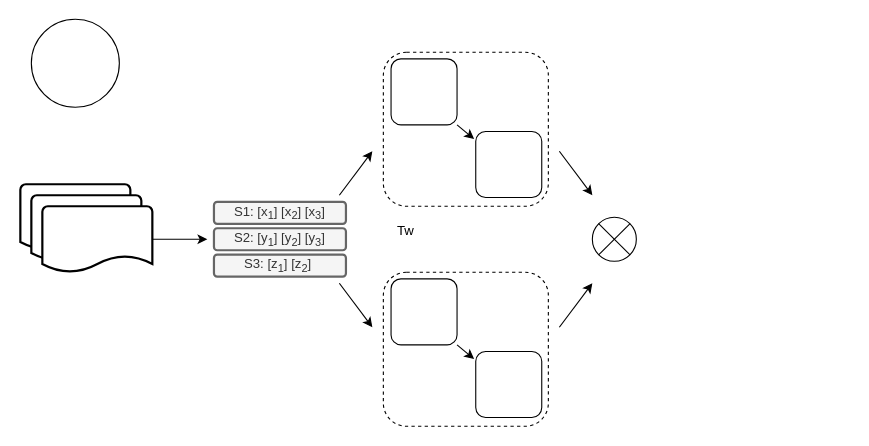
crawlerWPS/drawing keeps this draw.io diagram as model.drawio. Above is the earlier version. Source tidied: cells renumbered, new cells numbered last; positions are measured from the earlier drawing's top-left corner, leaving out a move shared by most shapes. Both pictures are drawn from the tidied source at 110%, with x=0, y=0 at pixel (20, 19).
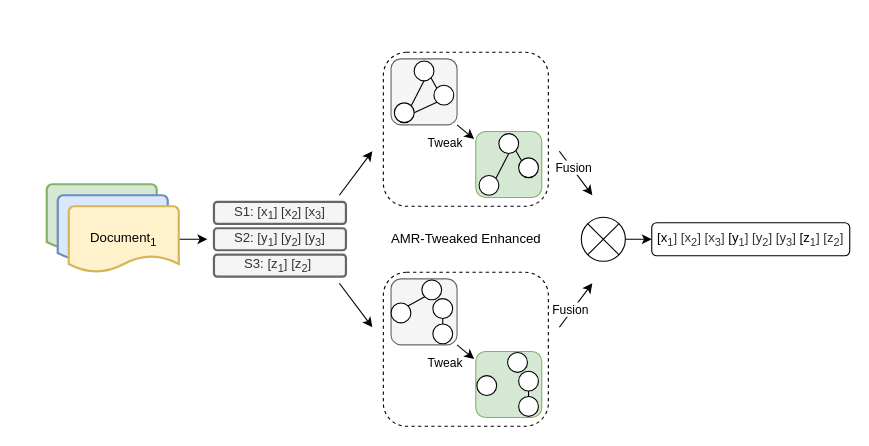
The same page after the edit.

Unchanged cells that the change refers to:
```xml
<mxCell id="13" style="edgeStyle=none;orthogonalLoop=1;jettySize=auto;html=1;rounded=0;" parent="1" edge="1">
  <mxGeometry relative="1" as="geometry">
    <mxPoint x="490" y="280" as="sourcePoint" />
    <mxPoint x="520" y="240" as="targetPoint" />
  </mxGeometry>
</mxCell>
<mxCell id="14" style="edgeStyle=none;orthogonalLoop=1;jettySize=auto;html=1;rounded=0;" parent="1" edge="1">
  <mxGeometry relative="1" as="geometry">
    <mxPoint x="490" y="120" as="sourcePoint" />
    <mxPoint x="520" y="160" as="targetPoint" />
  </mxGeometry>
</mxCell>
<mxCell id="18" style="edgeStyle=none;jettySize=auto;html=1;rounded=0;entryX=-0.024;entryY=0.115;entryDx=0;entryDy=0;entryPerimeter=0;" parent="1" edge="1" target="17">
  <mxGeometry relative="1" as="geometry">
    <mxPoint x="397" y="96" as="sourcePoint" />
  </mxGeometry>
</mxCell>
<mxCell id="22" style="edgeStyle=none;jettySize=auto;html=1;rounded=0;entryX=-0.024;entryY=0.115;entryDx=0;entryDy=0;entryPerimeter=0;" parent="1" edge="1" target="21">
  <mxGeometry relative="1" as="geometry">
    <mxPoint x="397" y="296" as="sourcePoint" />
  </mxGeometry>
</mxCell>
```

Diff of the diagram source:
```diff
@@
-    <mxCell id="3" style="ellipse;whiteSpace=wrap;html=1;" parent="1" vertex="1">
-      <mxGeometry x="10" width="80" height="80" as="geometry" />
-    </mxCell>
-    <mxCell id="4" style="rounded=1;whiteSpace=wrap;html=1;" parent="1" vertex="1">
+    <mxCell id="4" style="rounded=1;whiteSpace=wrap;html=1;fillColor=#f5f5f5;fontColor=#333333;strokeColor=#666666;" parent="1" vertex="1">
       <mxGeometry x="337" y="36" width="60" height="60" as="geometry" />
     </mxCell>
+    <mxCell id="24" style="edgeStyle=orthogonalEdgeStyle;rounded=0;jettySize=auto;html=1;" parent="1" edge="1" source="5" target="51">
+      <mxGeometry relative="1" as="geometry" />
+    </mxCell>
     <mxCell id="5" style="verticalLabelPosition=bottom;verticalAlign=top;html=1;shape=mxgraph.flowchart.or;" parent="1" vertex="1">
-      <mxGeometry x="520" y="180" width="40" height="40" as="geometry" />
+      <mxGeometry x="510" y="180" width="40" height="40" as="geometry" />
     </mxCell>
-    <mxCell id="6" style="strokeWidth=2;html=1;shape=mxgraph.flowchart.document2;whiteSpace=wrap;size=0.25;" parent="1" vertex="1">
-      <mxGeometry y="150" width="100" height="60" as="geometry" />
+    <mxCell id="6" style="strokeWidth=2;html=1;shape=mxgraph.flowchart.document2;whiteSpace=wrap;size=0.25;fillColor=#d5e8d4;strokeColor=#82b366;" parent="1" vertex="1">
+      <mxGeometry x="24" y="150" width="100" height="60" as="geometry" />
     </mxCell>
-    <mxCell id="7" style="strokeWidth=2;html=1;shape=mxgraph.flowchart.document2;whiteSpace=wrap;size=0.25;" parent="1" vertex="1">
-      <mxGeometry x="10" y="160" width="100" height="60" as="geometry" />
+    <mxCell id="7" style="strokeWidth=2;html=1;shape=mxgraph.flowchart.document2;whiteSpace=wrap;size=0.25;fillColor=#dae8fc;strokeColor=#6c8ebf;" parent="1" vertex="1">
+      <mxGeometry x="34" y="160" width="100" height="60" as="geometry" />
     </mxCell>
@@
-    <mxCell id="9" style="strokeWidth=2;html=1;shape=mxgraph.flowchart.document2;whiteSpace=wrap;size=0.25;" parent="1" vertex="1">
-      <mxGeometry x="20" y="170" width="100" height="60" as="geometry" />
+    <mxCell id="9" value="Document&lt;sub&gt;1&lt;/sub&gt;" style="strokeWidth=2;html=1;shape=mxgraph.flowchart.document2;whiteSpace=wrap;size=0.25;fillColor=#fff2cc;strokeColor=#d6b656;" parent="1" vertex="1">
+      <mxGeometry x="44" y="170" width="100" height="60" as="geometry" />
     </mxCell>
@@
+    <mxCell id="25" value="Fusion" style="edgeLabel;html=1;align=center;verticalAlign=middle;" parent="13" vertex="1">
+      <mxGeometry x="-0.25" y="2" relative="1" as="geometry" />
+    </mxCell>
@@
+    <mxCell id="26" value="Fusion" style="edgeLabel;html=1;align=center;verticalAlign=middle;" parent="14" vertex="1">
+      <mxGeometry x="-0.24" y="1" relative="1" as="geometry" />
+    </mxCell>
@@
-    <mxCell id="17" style="rounded=1;whiteSpace=wrap;html=1;" parent="1" vertex="1">
+    <mxCell id="17" style="rounded=1;whiteSpace=wrap;html=1;fillColor=#d5e8d4;strokeColor=#82b366;" parent="1" vertex="1">
       <mxGeometry x="414" y="102" width="60" height="60" as="geometry" />
     </mxCell>
@@
+    <mxCell id="27" value="Tweak" style="edgeLabel;html=1;align=center;verticalAlign=middle;" parent="18" vertex="1">
+      <mxGeometry x="-0.42" relative="1" as="geometry">
+        <mxPoint x="-16" y="13" as="offset" />
+      </mxGeometry>
+    </mxCell>
@@
-    <mxCell id="20" style="rounded=1;whiteSpace=wrap;html=1;" parent="1" vertex="1">
+    <mxCell id="20" style="rounded=1;whiteSpace=wrap;html=1;fillColor=#f5f5f5;fontColor=#333333;strokeColor=#666666;" parent="1" vertex="1">
       <mxGeometry x="337" y="236" width="60" height="60" as="geometry" />
     </mxCell>
-    <mxCell id="21" style="rounded=1;whiteSpace=wrap;html=1;" parent="1" vertex="1">
+    <mxCell id="21" style="rounded=1;whiteSpace=wrap;html=1;fillColor=#d5e8d4;strokeColor=#82b366;" parent="1" vertex="1">
       <mxGeometry x="414" y="302" width="60" height="60" as="geometry" />
     </mxCell>
@@
+    <mxCell id="28" value="Tweak" style="edgeLabel;html=1;align=center;verticalAlign=middle;" parent="22" vertex="1">
+      <mxGeometry x="-0.35" y="1" relative="1" as="geometry">
+        <mxPoint x="-18" y="13" as="offset" />
+      </mxGeometry>
+    </mxCell>
-    <mxCell id="23" value="Tw" style="text;html=1;align=center;verticalAlign=middle;strokeColor=none;fillColor=none;" parent="1" vertex="1">
-      <mxGeometry x="330" y="178" width="40" height="30" as="geometry" />
+    <mxCell id="23" value="AMR-Tweaked Enhanced" style="text;html=1;align=center;verticalAlign=middle;strokeColor=none;fillColor=none;" parent="1" vertex="1">
+      <mxGeometry x="325" y="185" width="160" height="30" as="geometry" />
     </mxCell>
+    <mxCell id="29" style="ellipse;whiteSpace=wrap;html=1;" parent="1" vertex="1">
+      <mxGeometry x="358" y="38" width="18" height="18" as="geometry" />
+    </mxCell>
+    <mxCell id="30" style="ellipse;whiteSpace=wrap;html=1;" parent="1" vertex="1">
+      <mxGeometry x="376" y="60" width="18" height="18" as="geometry" />
+    </mxCell>
+    <mxCell id="31" style="ellipse;whiteSpace=wrap;html=1;" parent="1" vertex="1">
+      <mxGeometry x="340" y="76" width="18" height="18" as="geometry" />
+    </mxCell>
+    <mxCell id="32" style="endArrow=none;html=1;rounded=0;entryX=0.5;entryY=1;entryDx=0;entryDy=0;exitX=1;exitY=0;exitDx=0;exitDy=0;" parent="1" edge="1" source="31" target="29">
+      <mxGeometry relative="1" as="geometry" />
+    </mxCell>
+    <mxCell id="33" style="endArrow=none;html=1;rounded=0;entryX=0;entryY=1;entryDx=0;entryDy=0;exitX=1;exitY=0.5;exitDx=0;exitDy=0;" parent="1" edge="1" source="31" target="30">
+      <mxGeometry relative="1" as="geometry" />
+    </mxCell>
+    <mxCell id="34" style="endArrow=none;html=1;rounded=0;entryX=0;entryY=0;entryDx=0;entryDy=0;exitX=1;exitY=1;exitDx=0;exitDy=0;" parent="1" edge="1" source="29" target="30">
+      <mxGeometry relative="1" as="geometry" />
+    </mxCell>
+    <mxCell id="35" style="ellipse;whiteSpace=wrap;html=1;" parent="1" vertex="1">
+      <mxGeometry x="435" y="104" width="18" height="18" as="geometry" />
+    </mxCell>
+    <mxCell id="36" style="ellipse;whiteSpace=wrap;html=1;" parent="1" vertex="1">
+      <mxGeometry x="453" y="126" width="18" height="18" as="geometry" />
+    </mxCell>
+    <mxCell id="37" style="ellipse;whiteSpace=wrap;html=1;" parent="1" vertex="1">
+      <mxGeometry x="417" y="142" width="18" height="18" as="geometry" />
+    </mxCell>
+    <mxCell id="38" style="endArrow=none;html=1;rounded=0;entryX=0.5;entryY=1;entryDx=0;entryDy=0;exitX=1;exitY=0;exitDx=0;exitDy=0;" parent="1" edge="1" source="37" target="35">
+      <mxGeometry relative="1" as="geometry" />
+    </mxCell>
+    <mxCell id="39" style="endArrow=none;html=1;rounded=0;entryX=0;entryY=0;entryDx=0;entryDy=0;exitX=1;exitY=1;exitDx=0;exitDy=0;" parent="1" edge="1" source="35" target="36">
+      <mxGeometry relative="1" as="geometry" />
+    </mxCell>
+    <mxCell id="40" style="ellipse;whiteSpace=wrap;html=1;" parent="1" vertex="1">
+      <mxGeometry x="443" y="303" width="18" height="18" as="geometry" />
+    </mxCell>
+    <mxCell id="41" style="ellipse;whiteSpace=wrap;html=1;" parent="1" vertex="1">
+      <mxGeometry x="415" y="324" width="18" height="18" as="geometry" />
+    </mxCell>
+    <mxCell id="42" style="ellipse;whiteSpace=wrap;html=1;" parent="1" vertex="1">
+      <mxGeometry x="453" y="320" width="18" height="18" as="geometry" />
+    </mxCell>
+    <mxCell id="43" style="ellipse;whiteSpace=wrap;html=1;" parent="1" vertex="1">
+      <mxGeometry x="453" y="343" width="18" height="18" as="geometry" />
+    </mxCell>
+    <mxCell id="44" style="endArrow=none;html=1;rounded=0;entryX=0.5;entryY=1;entryDx=0;entryDy=0;exitX=0.5;exitY=0;exitDx=0;exitDy=0;" parent="1" edge="1" source="43" target="42">
+      <mxGeometry relative="1" as="geometry" />
+    </mxCell>
+    <mxCell id="45" style="ellipse;whiteSpace=wrap;html=1;" parent="1" vertex="1">
+      <mxGeometry x="365" y="237" width="18" height="18" as="geometry" />
+    </mxCell>
+    <mxCell id="46" style="ellipse;whiteSpace=wrap;html=1;" parent="1" vertex="1">
+      <mxGeometry x="337" y="258" width="18" height="18" as="geometry" />
+    </mxCell>
+    <mxCell id="47" style="endArrow=none;html=1;rounded=0;entryX=0;entryY=1;entryDx=0;entryDy=0;exitX=1;exitY=0;exitDx=0;exitDy=0;" parent="1" edge="1" source="46" target="45">
+      <mxGeometry relative="1" as="geometry" />
+    </mxCell>
+    <mxCell id="48" style="ellipse;whiteSpace=wrap;html=1;" parent="1" vertex="1">
+      <mxGeometry x="375" y="254" width="18" height="18" as="geometry" />
+    </mxCell>
+    <mxCell id="49" style="ellipse;whiteSpace=wrap;html=1;" parent="1" vertex="1">
+      <mxGeometry x="375" y="277" width="18" height="18" as="geometry" />
+    </mxCell>
+    <mxCell id="50" style="endArrow=none;html=1;rounded=0;entryX=0.5;entryY=1;entryDx=0;entryDy=0;exitX=0.5;exitY=0;exitDx=0;exitDy=0;" parent="1" edge="1" source="49" target="48">
+      <mxGeometry relative="1" as="geometry" />
+    </mxCell>
+    <mxCell id="51" value="[x&lt;sub style=&quot;border-color: var(--border-color); color: rgb(51, 51, 51);&quot;&gt;1&lt;/sub&gt;&lt;span style=&quot;color: rgb(51, 51, 51);&quot;&gt;] [x&lt;/span&gt;&lt;sub style=&quot;border-color: var(--border-color); color: rgb(51, 51, 51);&quot;&gt;2&lt;/sub&gt;&lt;span style=&quot;color: rgb(51, 51, 51);&quot;&gt;] [x&lt;/span&gt;&lt;sub style=&quot;border-color: var(--border-color); color: rgb(51, 51, 51);&quot;&gt;3&lt;/sub&gt;&lt;span style=&quot;color: rgb(51, 51, 51);&quot;&gt;]&amp;nbsp;&lt;/span&gt;[y&lt;sub style=&quot;border-color: var(--border-color); color: rgb(51, 51, 51);&quot;&gt;1&lt;/sub&gt;&lt;span style=&quot;color: rgb(51, 51, 51);&quot;&gt;] [y&lt;/span&gt;&lt;sub style=&quot;border-color: var(--border-color); color: rgb(51, 51, 51);&quot;&gt;2&lt;/sub&gt;&lt;span style=&quot;color: rgb(51, 51, 51);&quot;&gt;] [y&lt;/span&gt;&lt;sub style=&quot;border-color: var(--border-color); color: rgb(51, 51, 51);&quot;&gt;3&lt;/sub&gt;&lt;span style=&quot;color: rgb(51, 51, 51);&quot;&gt;]&lt;/span&gt;&amp;nbsp;[z&lt;sub style=&quot;border-color: var(--border-color); color: rgb(51, 51, 51);&quot;&gt;1&lt;/sub&gt;&lt;span style=&quot;color: rgb(51, 51, 51);&quot;&gt;] [z&lt;/span&gt;&lt;sub style=&quot;border-color: var(--border-color); color: rgb(51, 51, 51);&quot;&gt;2&lt;/sub&gt;&lt;span style=&quot;color: rgb(51, 51, 51);&quot;&gt;]&lt;/span&gt;" style="rounded=1;whiteSpace=wrap;html=1;verticalAlign=top;" parent="1" vertex="1">
+      <mxGeometry x="574" y="185" width="180" height="30" as="geometry" />
+    </mxCell>
```
